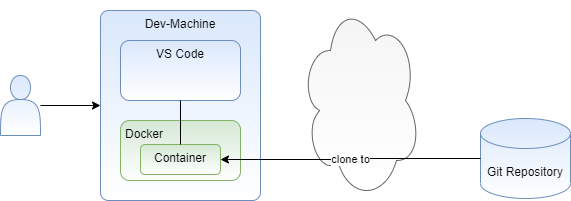
Above: site/content/images/blog/2021/devcontainer.dio.png in fiveandahalfstars-ninja/website (draw.io), before the change. Source tidied: cells renumbered, new cells last; positions are measured from the earlier drawing's top-left corner, leaving out a move shared by most shapes. Its diagram source:
```xml
<mxGraphModel>
  <root>
    <mxCell id="0" />
    <mxCell id="1" parent="0" />
    <mxCell id="2" style="ellipse;shape=cloud;whiteSpace=wrap;html=1;fillColor=#f5f5f5;strokeColor=#666666;fontColor=#333333;gradientColor=#ffffff;" parent="1" vertex="1">
      <mxGeometry x="300" width="120" height="200" as="geometry" />
    </mxCell>
    <mxCell id="3" value="Git Repository" style="shape=cylinder3;whiteSpace=wrap;html=1;boundedLbl=1;backgroundOutline=1;size=15;fillColor=#dae8fc;strokeColor=#6c8ebf;gradientColor=#ffffff;" parent="1" vertex="1">
      <mxGeometry x="480" y="118" width="90" height="80" as="geometry" />
    </mxCell>
    <mxCell id="4" style="edgeStyle=orthogonalEdgeStyle;rounded=0;jettySize=auto;html=1;entryX=0;entryY=0.5;entryDx=0;entryDy=0;" parent="1" edge="1" source="5" target="6">
      <mxGeometry relative="1" as="geometry" />
    </mxCell>
    <mxCell id="5" style="shape=actor;whiteSpace=wrap;html=1;verticalAlign=top;fillColor=#dae8fc;strokeColor=#6c8ebf;gradientColor=#ffffff;" parent="1" vertex="1">
      <mxGeometry y="75" width="40" height="60" as="geometry" />
    </mxCell>
    <mxCell id="6" value="Dev-Machine" style="rounded=1;whiteSpace=wrap;html=1;verticalAlign=top;arcSize=5;fillColor=#dae8fc;strokeColor=#6c8ebf;gradientColor=#ffffff;" parent="1" vertex="1">
      <mxGeometry x="100" y="10" width="160" height="190" as="geometry" />
    </mxCell>
    <mxCell id="7" value="VS Code" style="rounded=1;whiteSpace=wrap;html=1;verticalAlign=top;fillColor=#dae8fc;strokeColor=#6c8ebf;gradientColor=#ffffff;" parent="1" vertex="1">
      <mxGeometry x="120" y="40" width="120" height="60" as="geometry" />
    </mxCell>
    <mxCell id="8" value="Docker" style="rounded=1;whiteSpace=wrap;html=1;verticalAlign=top;fillColor=#d5e8d4;strokeColor=#82b366;gradientColor=#ffffff;align=left;spacingLeft=3;" parent="1" vertex="1">
      <mxGeometry x="120" y="120" width="120" height="60" as="geometry" />
    </mxCell>
    <mxCell id="9" value="Container" style="rounded=1;whiteSpace=wrap;html=1;verticalAlign=top;fillColor=#d5e8d4;strokeColor=#82b366;gradientColor=#ffffff;" parent="1" vertex="1">
      <mxGeometry x="140" y="144" width="80" height="30" as="geometry" />
    </mxCell>
    <mxCell id="10" value="clone to" style="edgeStyle=orthogonalEdgeStyle;rounded=0;jettySize=auto;html=1;entryX=1;entryY=0.5;entryDx=0;entryDy=0;" parent="1" edge="1" source="3" target="9">
      <mxGeometry relative="1" as="geometry" />
    </mxCell>
    <mxCell id="11" style="edgeStyle=orthogonalEdgeStyle;rounded=0;jettySize=auto;html=1;exitX=0.5;exitY=1;exitDx=0;exitDy=0;entryX=0.5;entryY=0;entryDx=0;entryDy=0;endArrow=none;endFill=0;" parent="1" edge="1" source="7" target="9">
      <mxGeometry relative="1" as="geometry" />
    </mxCell>
  </root>
</mxGraphModel>
```
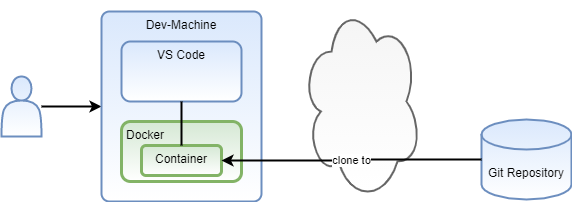
The same diagram one commit later.

What changed in the source:
```diff
@@ -2,34 +2,34 @@
   <root>
     <mxCell id="0" />
     <mxCell id="1" parent="0" />
-    <mxCell id="2" style="ellipse;shape=cloud;whiteSpace=wrap;html=1;fillColor=#f5f5f5;strokeColor=#666666;fontColor=#333333;gradientColor=#ffffff;" parent="1" vertex="1">
+    <mxCell id="2" style="ellipse;shape=cloud;whiteSpace=wrap;html=1;fillColor=#f5f5f5;strokeColor=#666666;fontColor=#333333;gradientColor=#ffffff;strokeWidth=2;" parent="1" vertex="1">
       <mxGeometry x="300" width="120" height="200" as="geometry" />
     </mxCell>
-    <mxCell id="3" value="Git Repository" style="shape=cylinder3;whiteSpace=wrap;html=1;boundedLbl=1;backgroundOutline=1;size=15;fillColor=#dae8fc;strokeColor=#6c8ebf;gradientColor=#ffffff;" parent="1" vertex="1">
+    <mxCell id="3" value="Git Repository" style="shape=cylinder3;whiteSpace=wrap;html=1;boundedLbl=1;backgroundOutline=1;size=15;fillColor=#dae8fc;strokeColor=#6c8ebf;gradientColor=#ffffff;strokeWidth=2;" parent="1" vertex="1">
       <mxGeometry x="480" y="118" width="90" height="80" as="geometry" />
     </mxCell>
-    <mxCell id="4" style="edgeStyle=orthogonalEdgeStyle;rounded=0;jettySize=auto;html=1;entryX=0;entryY=0.5;entryDx=0;entryDy=0;" parent="1" edge="1" source="5" target="6">
+    <mxCell id="4" style="edgeStyle=orthogonalEdgeStyle;rounded=0;jettySize=auto;html=1;entryX=0;entryY=0.5;entryDx=0;entryDy=0;strokeWidth=2;" parent="1" edge="1" source="5" target="6">
       <mxGeometry relative="1" as="geometry" />
     </mxCell>
-    <mxCell id="5" style="shape=actor;whiteSpace=wrap;html=1;verticalAlign=top;fillColor=#dae8fc;strokeColor=#6c8ebf;gradientColor=#ffffff;" parent="1" vertex="1">
+    <mxCell id="5" style="shape=actor;whiteSpace=wrap;html=1;verticalAlign=top;fillColor=#dae8fc;strokeColor=#6c8ebf;gradientColor=#ffffff;strokeWidth=2;" parent="1" vertex="1">
       <mxGeometry y="75" width="40" height="60" as="geometry" />
     </mxCell>
-    <mxCell id="6" value="Dev-Machine" style="rounded=1;whiteSpace=wrap;html=1;verticalAlign=top;arcSize=5;fillColor=#dae8fc;strokeColor=#6c8ebf;gradientColor=#ffffff;" parent="1" vertex="1">
+    <mxCell id="6" value="Dev-Machine" style="rounded=1;whiteSpace=wrap;html=1;verticalAlign=top;arcSize=5;fillColor=#dae8fc;strokeColor=#6c8ebf;gradientColor=#ffffff;strokeWidth=2;" parent="1" vertex="1">
       <mxGeometry x="100" y="10" width="160" height="190" as="geometry" />
     </mxCell>
-    <mxCell id="7" value="VS Code" style="rounded=1;whiteSpace=wrap;html=1;verticalAlign=top;fillColor=#dae8fc;strokeColor=#6c8ebf;gradientColor=#ffffff;" parent="1" vertex="1">
+    <mxCell id="7" value="VS Code" style="rounded=1;whiteSpace=wrap;html=1;verticalAlign=top;fillColor=#dae8fc;strokeColor=#6c8ebf;gradientColor=#ffffff;strokeWidth=2;" parent="1" vertex="1">
       <mxGeometry x="120" y="40" width="120" height="60" as="geometry" />
     </mxCell>
-    <mxCell id="8" value="Docker" style="rounded=1;whiteSpace=wrap;html=1;verticalAlign=top;fillColor=#d5e8d4;strokeColor=#82b366;gradientColor=#ffffff;align=left;spacingLeft=3;" parent="1" vertex="1">
+    <mxCell id="8" value="Docker" style="rounded=1;whiteSpace=wrap;html=1;verticalAlign=top;fillColor=#d5e8d4;strokeColor=#82b366;gradientColor=#ffffff;align=left;spacingLeft=3;strokeWidth=3;" parent="1" vertex="1">
       <mxGeometry x="120" y="120" width="120" height="60" as="geometry" />
     </mxCell>
-    <mxCell id="9" value="Container" style="rounded=1;whiteSpace=wrap;html=1;verticalAlign=top;fillColor=#d5e8d4;strokeColor=#82b366;gradientColor=#ffffff;" parent="1" vertex="1">
+    <mxCell id="9" value="Container" style="rounded=1;whiteSpace=wrap;html=1;verticalAlign=top;fillColor=#d5e8d4;strokeColor=#82b366;gradientColor=#ffffff;strokeWidth=3;" parent="1" vertex="1">
       <mxGeometry x="140" y="144" width="80" height="30" as="geometry" />
     </mxCell>
-    <mxCell id="10" value="clone to" style="edgeStyle=orthogonalEdgeStyle;rounded=0;jettySize=auto;html=1;entryX=1;entryY=0.5;entryDx=0;entryDy=0;" parent="1" edge="1" source="3" target="9">
+    <mxCell id="10" value="clone to" style="edgeStyle=orthogonalEdgeStyle;rounded=0;jettySize=auto;html=1;entryX=1;entryY=0.5;entryDx=0;entryDy=0;strokeWidth=2;" parent="1" edge="1" source="3" target="9">
       <mxGeometry relative="1" as="geometry" />
     </mxCell>
-    <mxCell id="11" style="edgeStyle=orthogonalEdgeStyle;rounded=0;jettySize=auto;html=1;exitX=0.5;exitY=1;exitDx=0;exitDy=0;entryX=0.5;entryY=0;entryDx=0;entryDy=0;endArrow=none;endFill=0;" parent="1" edge="1" source="7" target="9">
+    <mxCell id="11" style="edgeStyle=orthogonalEdgeStyle;rounded=0;jettySize=auto;html=1;exitX=0.5;exitY=1;exitDx=0;exitDy=0;entryX=0.5;entryY=0;entryDx=0;entryDy=0;endArrow=none;endFill=0;strokeWidth=2;" parent="1" edge="1" source="7" target="9">
       <mxGeometry relative="1" as="geometry" />
     </mxCell>
   </root>
```
